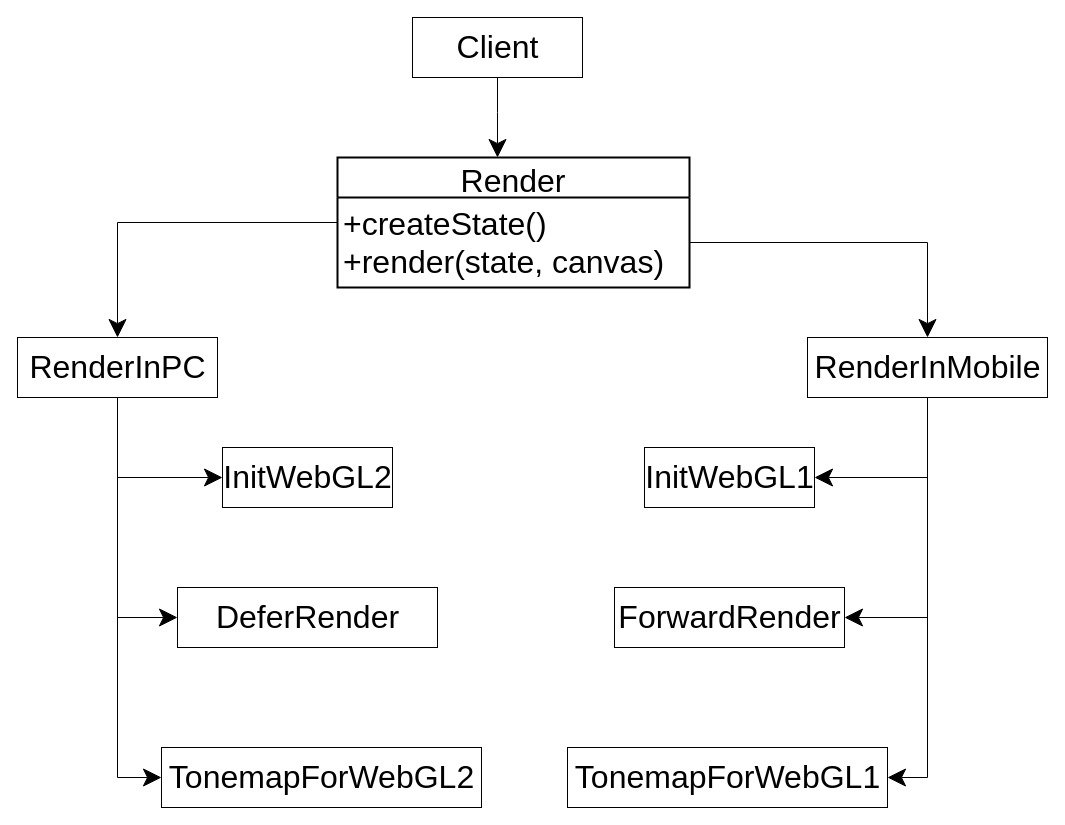
The draw.io diagram packages/管道模式/story_after/UML.drawio in yyc-git/3DProgramPattern, before the edit. Source tidied: cells renumbered, new cells numbered last; positions are measured from the earlier drawing's top-left corner, leaving out a move shared by most shapes. Both pictures are drawn from the tidied source at 100%, with x=0, y=0 at pixel (17, 17).
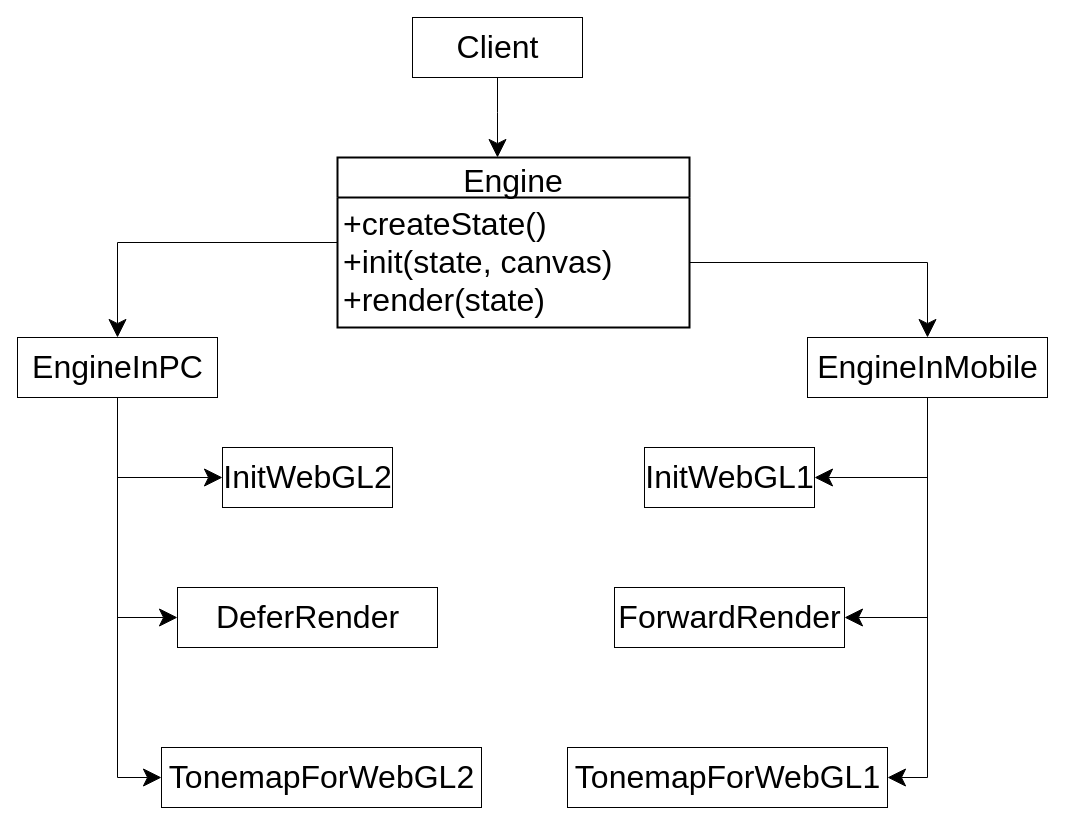
Above is the later version.

The edit, as a diff of the source:
```diff
@@
-    <mxCell id="5" value="RenderInPC" style="html=1;fontSize=32;" parent="1" vertex="1">
+    <mxCell id="5" value="EngineInPC" style="html=1;fontSize=32;" parent="1" vertex="1">
       <mxGeometry y="320" width="200" height="60" as="geometry" />
     </mxCell>
@@
-    <mxCell id="12" value="RenderInMobile" style="html=1;fontSize=32;" parent="1" vertex="1">
+    <mxCell id="12" value="EngineInMobile" style="html=1;fontSize=32;" parent="1" vertex="1">
       <mxGeometry x="790" y="320" width="240" height="60" as="geometry" />
     </mxCell>
@@
-    <mxCell id="19" value="Render" style="swimlane;horizontal=1;startSize=40;rounded=0;fontSize=32;fontStyle=0;strokeWidth=2;shadow=0;dashed=0;align=center;" parent="1" vertex="1">
-      <mxGeometry x="320" y="140" width="352" height="130" as="geometry" />
+    <mxCell id="19" value="Engine" style="swimlane;horizontal=1;startSize=40;rounded=0;fontSize=32;fontStyle=0;strokeWidth=2;shadow=0;dashed=0;align=center;" parent="1" vertex="1">
+      <mxGeometry x="320" y="140" width="352" height="170" as="geometry" />
     </mxCell>
-    <mxCell id="20" value="+createState()&#10;+render(state, canvas)" style="align=left;strokeColor=none;fillColor=none;spacingLeft=4;fontSize=32;verticalAlign=top;" parent="19" vertex="1">
-      <mxGeometry y="40" width="352" height="90" as="geometry" />
+    <mxCell id="20" value="+createState()&#10;+init(state, canvas)&#10;+render(state)" style="align=left;strokeColor=none;fillColor=none;spacingLeft=4;fontSize=32;verticalAlign=top;" parent="19" vertex="1">
+      <mxGeometry y="40" width="352" height="130" as="geometry" />
     </mxCell>
```
